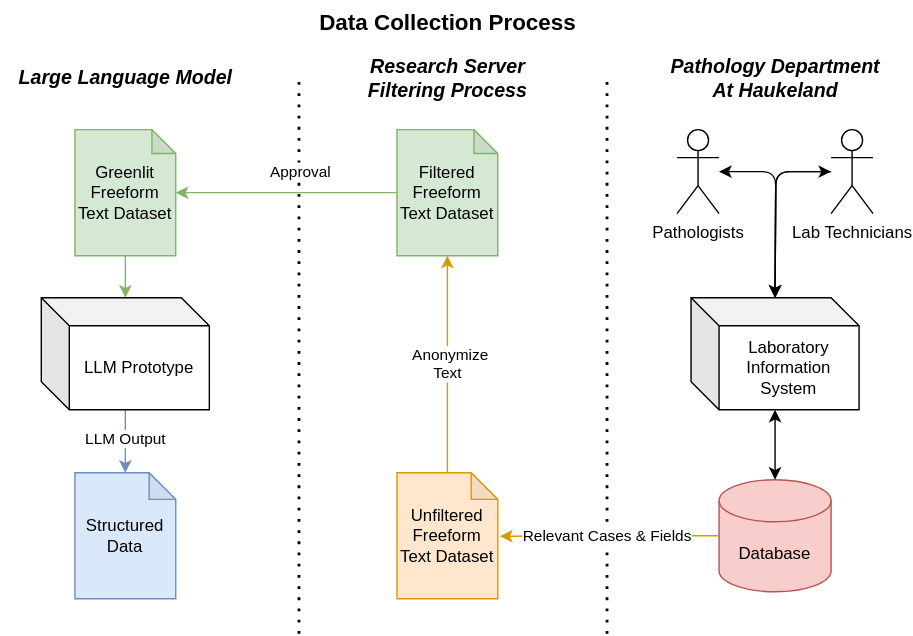
This is figures/LLM.Overview.drawio.svg from Veggissss/FFT2SD, a draw.io export, as it was before one commit. Source tidied: cells renumbered, new cells last; positions are measured from the earlier drawing's top-left corner, leaving out a move shared by most shapes.
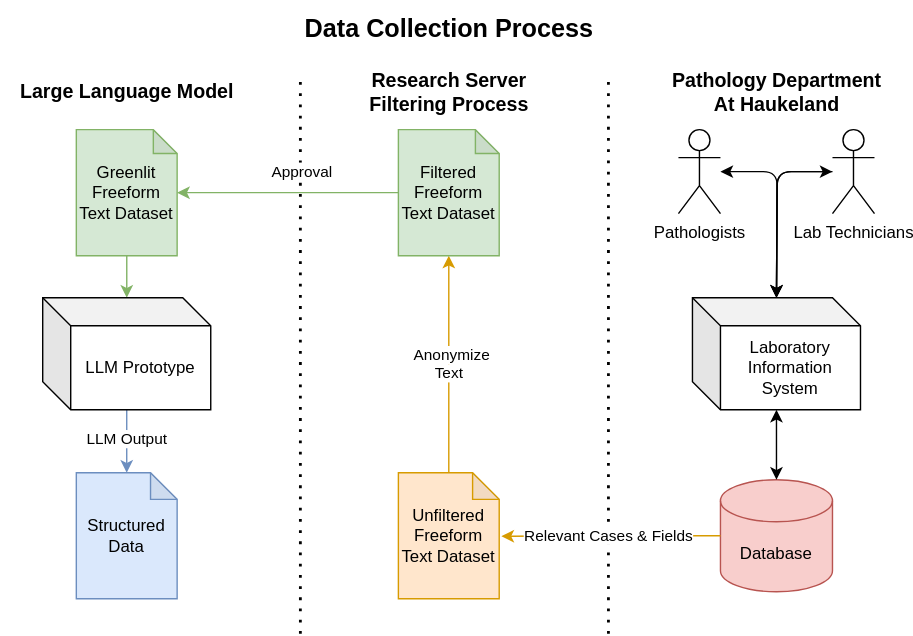
After the commit.

Diff of the diagram source:
```diff
@@ -85,14 +85,14 @@
     <mxCell id="22" value="LLM Prototype" style="shape=cube;whiteSpace=wrap;html=1;boundedLbl=1;backgroundOutline=1;darkOpacity=0.05;darkOpacity2=0.1;rounded=1;" parent="1" vertex="1">
       <mxGeometry x="30" y="212" width="120" height="80" as="geometry" />
     </mxCell>
-    <mxCell id="23" value="&lt;font style=&quot;font-size: 14px;&quot;&gt;&lt;b&gt;&lt;i&gt;Pathology Department&lt;/i&gt;&lt;/b&gt;&lt;/font&gt;&lt;div style=&quot;font-size: 14px;&quot;&gt;&lt;font style=&quot;font-size: 14px;&quot;&gt;&lt;b&gt;&lt;i&gt;At Haukeland&lt;/i&gt;&lt;/b&gt;&lt;/font&gt;&lt;/div&gt;" style="text;html=1;align=center;verticalAlign=middle;strokeColor=none;fillColor=none;rounded=1;" parent="1" vertex="1">
-      <mxGeometry x="469" y="30" width="170" height="50" as="geometry" />
+    <mxCell id="23" value="&lt;font style=&quot;font-size: 14px;&quot;&gt;&lt;b&gt;Pathology Department&lt;/b&gt;&lt;/font&gt;&lt;div style=&quot;font-size: 14px;&quot;&gt;&lt;font style=&quot;font-size: 14px;&quot;&gt;&lt;b&gt;At Haukeland&lt;/b&gt;&lt;/font&gt;&lt;/div&gt;" style="text;html=1;align=center;verticalAlign=middle;strokeColor=none;fillColor=none;rounded=1;" parent="1" vertex="1">
+      <mxGeometry x="469" y="40" width="170" height="50" as="geometry" />
     </mxCell>
-    <mxCell id="24" value="&lt;b style=&quot;font-size: 14px; background-color: initial;&quot;&gt;&lt;i&gt;Research Server&lt;/i&gt;&lt;/b&gt;&lt;div&gt;&lt;b style=&quot;font-size: 14px;&quot;&gt;&lt;i&gt;Filtering Process&lt;/i&gt;&lt;/b&gt;&lt;b style=&quot;font-size: 14px; background-color: initial;&quot;&gt;&lt;br&gt;&lt;/b&gt;&lt;/div&gt;" style="text;html=1;align=center;verticalAlign=middle;strokeColor=none;fillColor=none;rounded=1;" parent="1" vertex="1">
-      <mxGeometry x="250" y="30" width="140" height="50" as="geometry" />
+    <mxCell id="24" value="&lt;b style=&quot;font-size: 14px; background-color: initial;&quot;&gt;Research Server&lt;/b&gt;&lt;div&gt;&lt;b style=&quot;font-size: 14px;&quot;&gt;Filtering Process&lt;/b&gt;&lt;b style=&quot;font-size: 14px; background-color: initial;&quot;&gt;&lt;br&gt;&lt;/b&gt;&lt;/div&gt;" style="text;html=1;align=center;verticalAlign=middle;strokeColor=none;fillColor=none;rounded=1;" parent="1" vertex="1">
+      <mxGeometry x="250" y="40" width="140" height="50" as="geometry" />
     </mxCell>
-    <mxCell id="25" value="&lt;font style=&quot;font-size: 14px;&quot;&gt;&lt;b&gt;&lt;i&gt;Large Language Model&lt;/i&gt;&lt;/b&gt;&lt;/font&gt;" style="text;html=1;align=center;verticalAlign=middle;strokeColor=none;fillColor=none;rounded=1;" parent="1" vertex="1">
-      <mxGeometry y="40" width="180" height="30" as="geometry" />
+    <mxCell id="25" value="&lt;font style=&quot;font-size: 14px;&quot;&gt;&lt;b&gt;Large Language Model&lt;/b&gt;&lt;/font&gt;" style="text;html=1;align=center;verticalAlign=middle;strokeColor=none;fillColor=none;rounded=1;" parent="1" vertex="1">
+      <mxGeometry y="50" width="180" height="30" as="geometry" />
     </mxCell>
     <mxCell id="26" style="edgeStyle=orthogonalEdgeStyle;rounded=1;jettySize=auto;html=1;strokeColor=#82b366;align=center;verticalAlign=middle;fontFamily=Helvetica;fontSize=11;fontColor=default;labelBackgroundColor=default;endArrow=classic;fillColor=#d5e8d4;" parent="1" edge="1" source="28" target="19">
       <mxGeometry relative="1" as="geometry" />
@@ -108,8 +108,8 @@
     <mxCell id="29" value="Structured&lt;br&gt;Data" style="shape=note;whiteSpace=wrap;html=1;backgroundOutline=1;darkOpacity=0.05;fillColor=#dae8fc;strokeColor=#6c8ebf;size=19;align=center;verticalAlign=middle;fontFamily=Helvetica;fontSize=12;fontColor=default;rounded=1;" parent="1" vertex="1">
       <mxGeometry x="54" y="337" width="72" height="90" as="geometry" />
     </mxCell>
-    <mxCell id="30" value="&lt;font style=&quot;font-size: 16px;&quot;&gt;&lt;b&gt;Data Collection Process&lt;/b&gt;&lt;/font&gt;" style="text;html=1;align=center;verticalAlign=middle;strokeColor=none;fillColor=none;rounded=1;" parent="1" vertex="1">
-      <mxGeometry x="215" width="210" height="30" as="geometry" />
+    <mxCell id="30" value="&lt;font style=&quot;font-size: 18px;&quot;&gt;&lt;b style=&quot;&quot;&gt;Data Collection Process&lt;/b&gt;&lt;/font&gt;" style="text;html=1;align=center;verticalAlign=middle;strokeColor=none;fillColor=none;rounded=1;" parent="1" vertex="1">
+      <mxGeometry x="205" width="230" height="40" as="geometry" />
     </mxCell>
   </root>
 </mxGraphModel>
```
